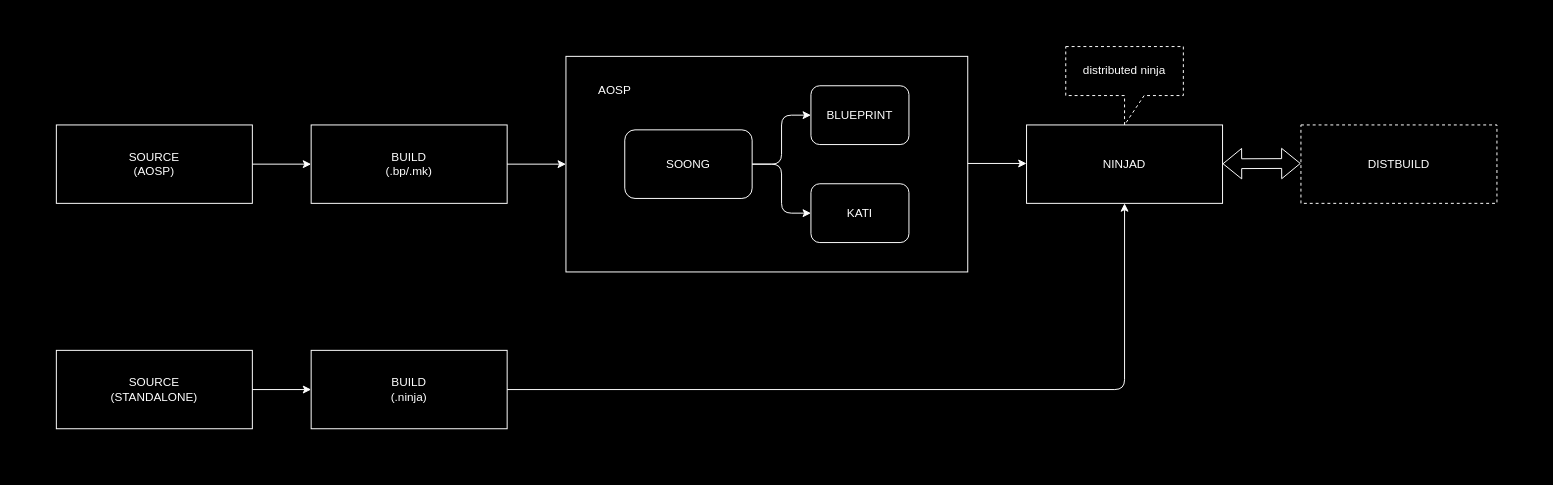
The draw.io diagram static/client.drawio in distbuild/distbuild.github.io, before the edit. Source tidied: cells renumbered, new cells numbered last; positions are measured from the earlier drawing's top-left corner, leaving out a move shared by most shapes. Both pictures are drawn from the tidied source at 98%, with x=0, y=0 at pixel (17, 17).
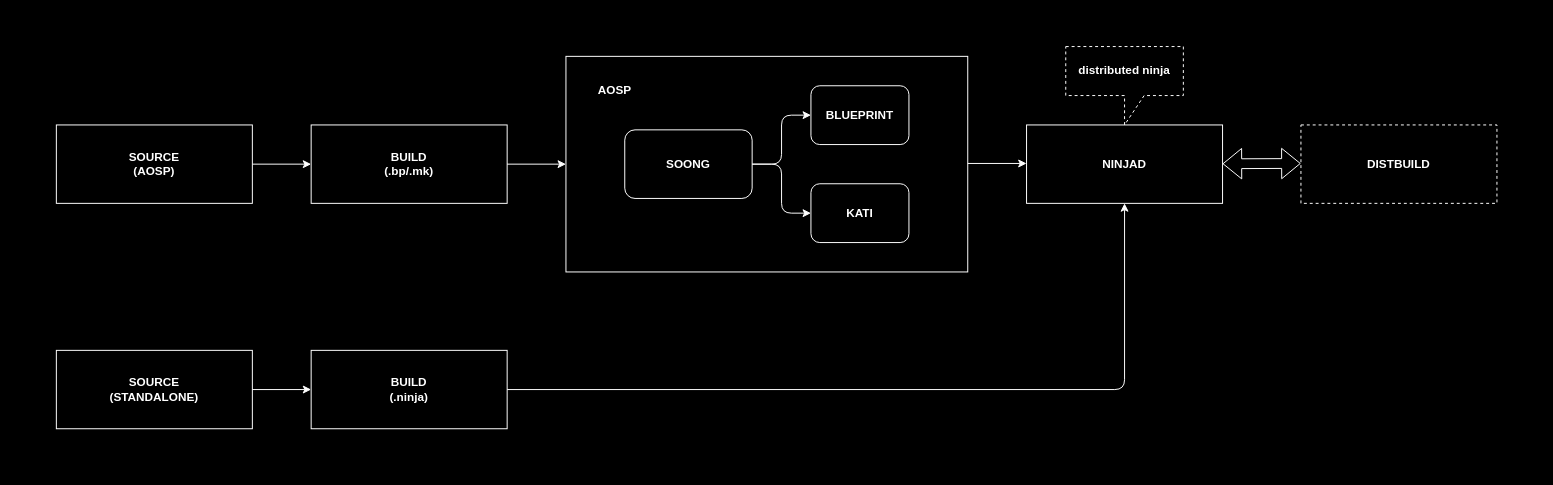
Above is the later version.

Diff of the diagram source:
```diff
@@
-    <mxCell id="4" value="SOURCE&lt;br&gt;(AOSP)" style="rounded=0;whiteSpace=wrap;html=1;fillColor=#000000;strokeColor=#FFFFFF;fontColor=#FFFFFF;" parent="1" vertex="1">
+    <mxCell id="4" value="&lt;b&gt;SOURCE&lt;br&gt;(AOSP)&lt;/b&gt;" style="rounded=0;whiteSpace=wrap;html=1;fillColor=#000000;strokeColor=#FFFFFF;fontColor=#FFFFFF;" parent="1" vertex="1">
       <mxGeometry x="40" y="110" width="200" height="80" as="geometry" />
     </mxCell>
-    <mxCell id="5" value="SOURCE&lt;br&gt;(STANDALONE)" style="rounded=0;whiteSpace=wrap;html=1;fontColor=#FFFFFF;fillColor=#000000;strokeColor=#FFFFFF;" parent="1" vertex="1">
+    <mxCell id="5" value="&lt;b&gt;SOURCE&lt;br&gt;(STANDALONE)&lt;/b&gt;" style="rounded=0;whiteSpace=wrap;html=1;fontColor=#FFFFFF;fillColor=#000000;strokeColor=#FFFFFF;" parent="1" vertex="1">
       <mxGeometry x="40" y="340" width="200" height="80" as="geometry" />
     </mxCell>
@@
-    <mxCell id="7" value="SOONG" style="rounded=1;whiteSpace=wrap;html=1;fontColor=#FFFFFF;strokeColor=#FFFFFF;fillColor=#000000;" parent="1" vertex="1">
+    <mxCell id="7" value="&lt;b&gt;SOONG&lt;/b&gt;" style="rounded=1;whiteSpace=wrap;html=1;fontColor=#FFFFFF;strokeColor=#FFFFFF;fillColor=#000000;" parent="1" vertex="1">
       <mxGeometry x="620" y="115" width="130" height="70" as="geometry" />
     </mxCell>
-    <mxCell id="8" value="BLUEPRINT" style="rounded=1;whiteSpace=wrap;html=1;fillColor=#000000;strokeColor=#FFFFFF;fontColor=#FFFFFF;" parent="1" vertex="1">
+    <mxCell id="8" value="&lt;b&gt;BLUEPRINT&lt;/b&gt;" style="rounded=1;whiteSpace=wrap;html=1;fillColor=#000000;strokeColor=#FFFFFF;fontColor=#FFFFFF;" parent="1" vertex="1">
       <mxGeometry x="810" y="70" width="100" height="60" as="geometry" />
     </mxCell>
-    <mxCell id="9" value="BUILD&lt;br&gt;(.bp/.mk)" style="rounded=0;whiteSpace=wrap;html=1;fillColor=#000000;strokeColor=#FFFFFF;fontColor=#FFFFFF;" parent="1" vertex="1">
+    <mxCell id="9" value="&lt;b&gt;BUILD&lt;br&gt;(.bp/.mk)&lt;/b&gt;" style="rounded=0;whiteSpace=wrap;html=1;fillColor=#000000;strokeColor=#FFFFFF;fontColor=#FFFFFF;" parent="1" vertex="1">
       <mxGeometry x="300" y="110" width="200" height="80" as="geometry" />
     </mxCell>
-    <mxCell id="10" value="BUILD&lt;br&gt;(.ninja)" style="rounded=0;whiteSpace=wrap;html=1;fillColor=#000000;strokeColor=#FFFFFF;fontColor=#FFFFFF;" parent="1" vertex="1">
+    <mxCell id="10" value="&lt;b&gt;BUILD&lt;br&gt;(.ninja)&lt;/b&gt;" style="rounded=0;whiteSpace=wrap;html=1;fillColor=#000000;strokeColor=#FFFFFF;fontColor=#FFFFFF;" parent="1" vertex="1">
       <mxGeometry x="300" y="340" width="200" height="80" as="geometry" />
     </mxCell>
@@
-    <mxCell id="14" value="KATI" style="rounded=1;whiteSpace=wrap;html=1;fontColor=#FFFFFF;fillColor=#000000;strokeColor=#FFFFFF;" parent="1" vertex="1">
+    <mxCell id="14" value="&lt;b&gt;KATI&lt;/b&gt;" style="rounded=1;whiteSpace=wrap;html=1;fontColor=#FFFFFF;fillColor=#000000;strokeColor=#FFFFFF;" parent="1" vertex="1">
       <mxGeometry x="810" y="170" width="100" height="60" as="geometry" />
     </mxCell>
@@
-    <mxCell id="19" value="AOSP" style="text;html=1;strokeColor=none;fillColor=none;align=center;verticalAlign=middle;whiteSpace=wrap;rounded=0;fontColor=#FFFFFF;" parent="1" vertex="1">
+    <mxCell id="19" value="&lt;b&gt;AOSP&lt;/b&gt;" style="text;html=1;strokeColor=none;fillColor=none;align=center;verticalAlign=middle;whiteSpace=wrap;rounded=0;fontColor=#FFFFFF;" parent="1" vertex="1">
       <mxGeometry x="580" y="60" width="60" height="30" as="geometry" />
     </mxCell>
-    <mxCell id="20" value="NINJAD" style="rounded=0;whiteSpace=wrap;html=1;fontColor=#FFFFFF;fillColor=#000000;strokeColor=#FFFFFF;" parent="1" vertex="1">
+    <mxCell id="20" value="&lt;b&gt;NINJAD&lt;/b&gt;" style="rounded=0;whiteSpace=wrap;html=1;fontColor=#FFFFFF;fillColor=#000000;strokeColor=#FFFFFF;" parent="1" vertex="1">
       <mxGeometry x="1030" y="110" width="200" height="80" as="geometry" />
     </mxCell>
-    <mxCell id="21" value="DISTBUILD" style="rounded=0;whiteSpace=wrap;html=1;dashed=1;strokeColor=#FFFFFF;fillColor=#000000;fontColor=#FFFFFF;" parent="1" vertex="1">
+    <mxCell id="21" value="&lt;b&gt;DISTBUILD&lt;/b&gt;" style="rounded=0;whiteSpace=wrap;html=1;dashed=1;strokeColor=#FFFFFF;fillColor=#000000;fontColor=#FFFFFF;" parent="1" vertex="1">
       <mxGeometry x="1310" y="110" width="200" height="80" as="geometry" />
     </mxCell>
@@
-    <mxCell id="23" value="distributed ninja" style="shape=callout;whiteSpace=wrap;html=1;perimeter=calloutPerimeter;dashed=1;strokeColor=#FFFFFF;fillColor=#000000;fontColor=#FFFFFF;" parent="1" vertex="1">
+    <mxCell id="23" value="&lt;b&gt;distributed ninja&lt;/b&gt;" style="shape=callout;whiteSpace=wrap;html=1;perimeter=calloutPerimeter;dashed=1;strokeColor=#FFFFFF;fillColor=#000000;fontColor=#FFFFFF;" parent="1" vertex="1">
       <mxGeometry x="1070" y="30" width="120" height="80" as="geometry" />
     </mxCell>
```
